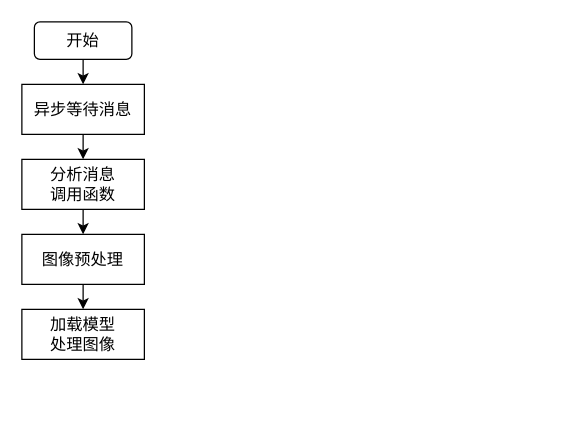
This is Python端流程.drawio from LiSoulSpace/GitBook, a draw.io file, before an edit. Source tidied: cells renumbered, new cells numbered last; positions are measured from the earlier drawing's top-left corner, leaving out a move shared by most shapes. Both pictures are drawn from the tidied source at 125%, with x=0, y=0 at pixel (21, 21).
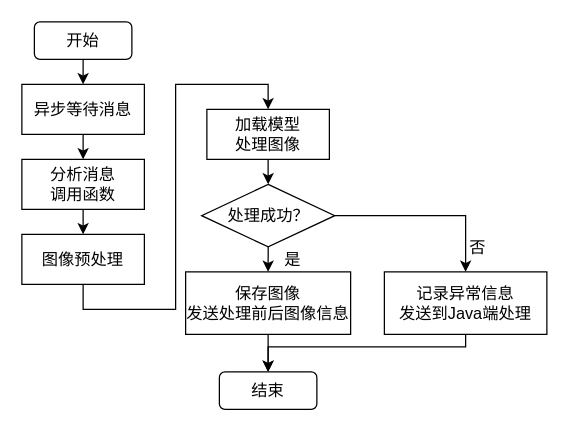
Above is the later version.

Commit message (it also covers changes not shown here):
更新Python端流程.drawio

Diff of the diagram source:
```diff
@@
+    <mxCell id="11" style="edgeStyle=orthogonalEdgeStyle;rounded=0;jettySize=auto;html=1;exitX=0.5;exitY=1;exitDx=0;exitDy=0;entryX=0.5;entryY=0;entryDx=0;entryDy=0;" parent="1" edge="1" source="10" target="16">
+      <mxGeometry relative="1" as="geometry" />
+    </mxCell>
     <mxCell id="10" value="加载模型&lt;br&gt;处理图像" style="rounded=0;whiteSpace=wrap;html=1;fontFamily=宋体;fontSize=13;" parent="1" vertex="1">
-      <mxGeometry y="230" width="98" height="40" as="geometry" />
+      <mxGeometry x="148" y="70" width="98" height="40" as="geometry" />
     </mxCell>
+    <mxCell id="12" style="edgeStyle=orthogonalEdgeStyle;rounded=0;jettySize=auto;html=1;exitX=0.5;exitY=1;exitDx=0;exitDy=0;entryX=0.5;entryY=0;entryDx=0;entryDy=0;" parent="1" edge="1" source="13" target="17">
+      <mxGeometry relative="1" as="geometry" />
+    </mxCell>
+    <mxCell id="13" value="保存图像&lt;br&gt;发送处理前后图像信息" style="rounded=0;whiteSpace=wrap;html=1;fontFamily=宋体;fontSize=13;" parent="1" vertex="1">
+      <mxGeometry x="131" y="200" width="132" height="50" as="geometry" />
+    </mxCell>
+    <mxCell id="14" style="edgeStyle=orthogonalEdgeStyle;rounded=0;jettySize=auto;html=1;exitX=0.5;exitY=1;exitDx=0;exitDy=0;entryX=0.5;entryY=0;entryDx=0;entryDy=0;" parent="1" edge="1" source="16" target="13">
+      <mxGeometry relative="1" as="geometry" />
+    </mxCell>
+    <mxCell id="15" style="edgeStyle=orthogonalEdgeStyle;rounded=0;jettySize=auto;html=1;exitX=1;exitY=0.5;exitDx=0;exitDy=0;entryX=0.5;entryY=0;entryDx=0;entryDy=0;" parent="1" edge="1" source="16" target="19">
+      <mxGeometry relative="1" as="geometry" />
+    </mxCell>
+    <mxCell id="16" value="处理成功？" style="rhombus;whiteSpace=wrap;html=1;fontFamily=宋体;fontSize=13;" parent="1" vertex="1">
+      <mxGeometry x="143.8" y="130" width="106.5" height="50" as="geometry" />
+    </mxCell>
+    <mxCell id="17" value="结束" style="rounded=1;whiteSpace=wrap;html=1;fontFamily=宋体;fontSize=13;" parent="1" vertex="1">
+      <mxGeometry x="158" y="280" width="78" height="30" as="geometry" />
+    </mxCell>
+    <mxCell id="18" style="edgeStyle=orthogonalEdgeStyle;rounded=0;jettySize=auto;html=1;exitX=0.5;exitY=1;exitDx=0;exitDy=0;entryX=0.5;entryY=0;entryDx=0;entryDy=0;" parent="1" edge="1" source="19" target="17">
+      <mxGeometry relative="1" as="geometry">
+        <Array as="points">
+          <mxPoint x="355" y="260" />
+          <mxPoint x="197" y="260" />
+        </Array>
+      </mxGeometry>
+    </mxCell>
+    <mxCell id="19" value="记录异常信息&lt;br&gt;发送到Java端处理" style="rounded=0;whiteSpace=wrap;html=1;fontFamily=宋体;fontSize=13;" parent="1" vertex="1">
+      <mxGeometry x="290" y="200" width="130" height="50" as="geometry" />
+    </mxCell>
+    <mxCell id="20" value="是" style="text;html=1;strokeColor=none;fillColor=none;align=center;verticalAlign=middle;whiteSpace=wrap;rounded=0;fontSize=13;fontFamily=宋体;" parent="1" vertex="1">
+      <mxGeometry x="202" y="180" width="30" height="20" as="geometry" />
+    </mxCell>
+    <mxCell id="21" value="否" style="text;html=1;strokeColor=none;fillColor=none;align=center;verticalAlign=middle;whiteSpace=wrap;rounded=0;fontSize=13;fontFamily=宋体;" parent="1" vertex="1">
+      <mxGeometry x="350" y="170" width="30" height="20" as="geometry" />
+    </mxCell>
```
